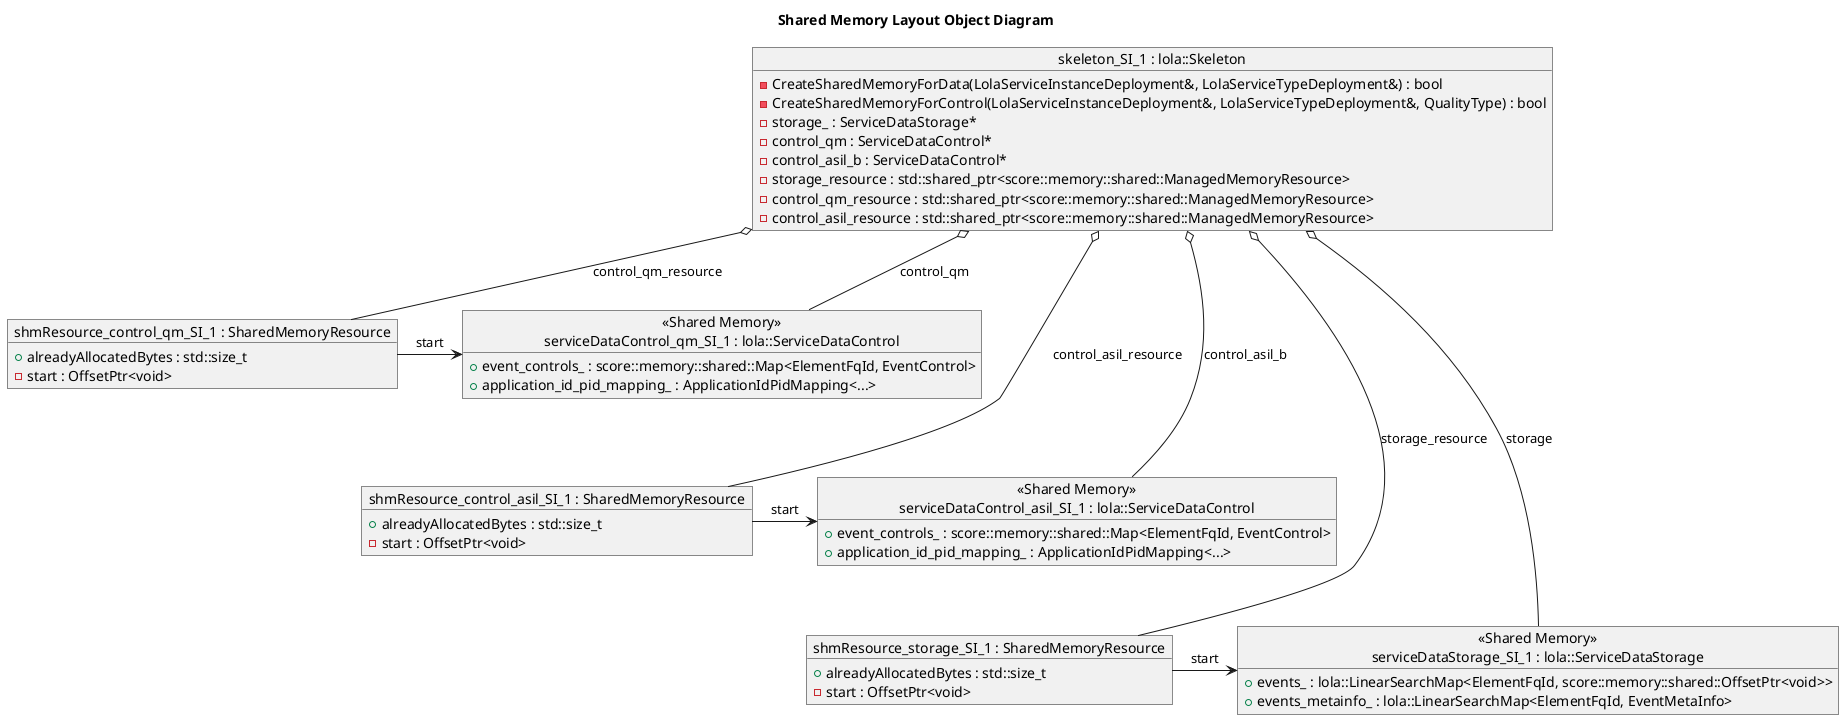
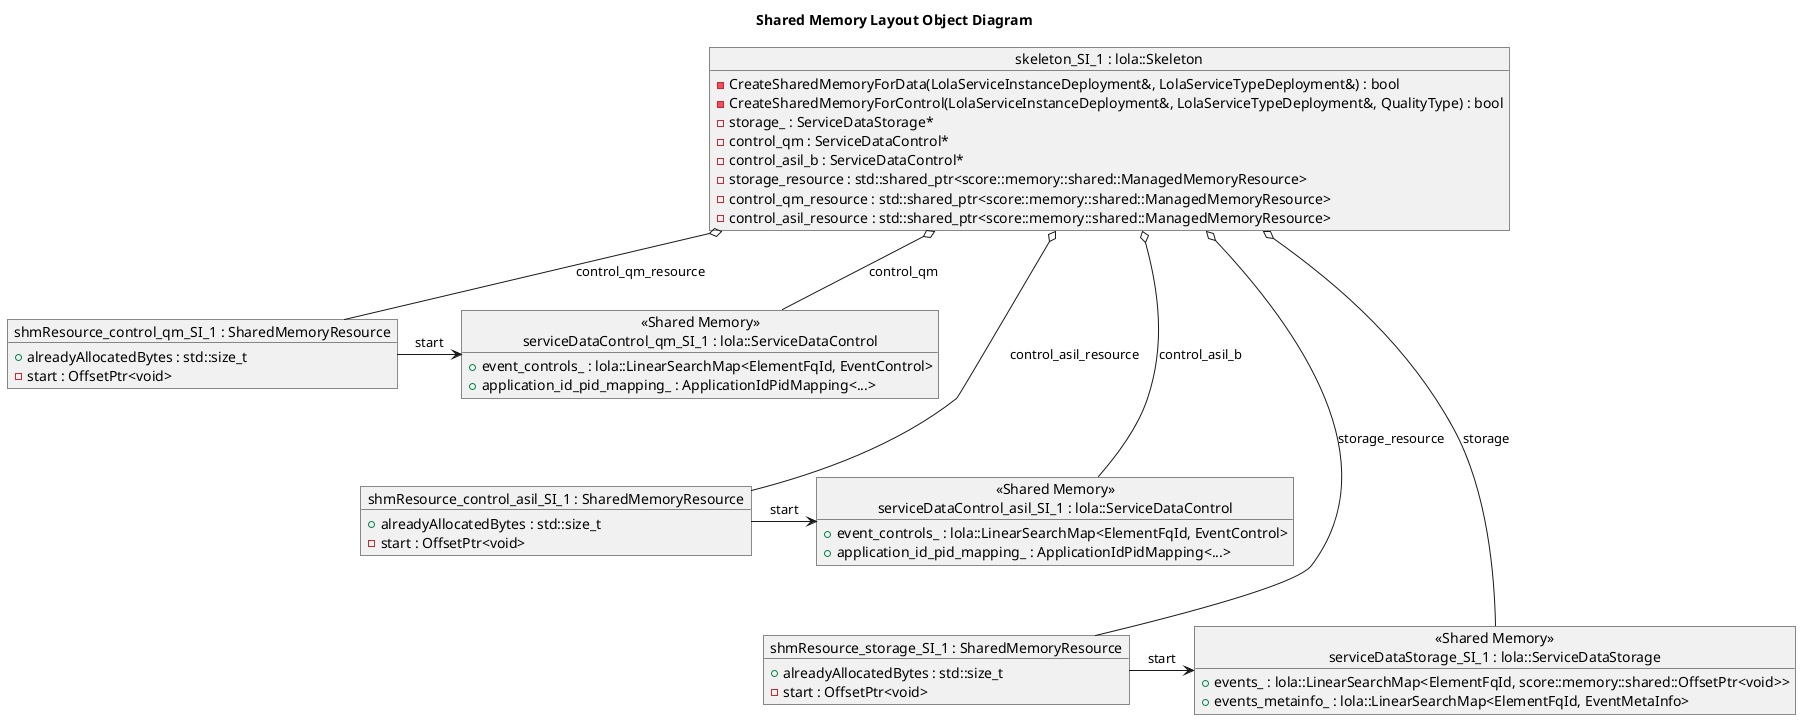
@startuml shared_mem_layout_objectdiagram
title "Shared Memory Layout Object Diagram"

object "skeleton_SI_1 : lola::Skeleton" as skeleton {
  -CreateSharedMemoryForData(LolaServiceInstanceDeployment&, LolaServiceTypeDeployment&) : bool
  -CreateSharedMemoryForControl(LolaServiceInstanceDeployment&, LolaServiceTypeDeployment&, QualityType) : bool
  -storage_ : ServiceDataStorage*
  -control_qm : ServiceDataControl*
  -control_asil_b : ServiceDataControl*
  -storage_resource : std::shared_ptr<score::memory::shared::ManagedMemoryResource>
  -control_qm_resource : std::shared_ptr<score::memory::shared::ManagedMemoryResource>
  -control_asil_resource : std::shared_ptr<score::memory::shared::ManagedMemoryResource>
}

object "shmResource_storage_SI_1 : SharedMemoryResource" as storage_resource {
  +alreadyAllocatedBytes : std::size_t
  -start : OffsetPtr<void>
}

object "shmResource_control_qm_SI_1 : SharedMemoryResource" as control_qm_resource {
  +alreadyAllocatedBytes : std::size_t
  -start : OffsetPtr<void>
}

object "shmResource_control_asil_SI_1 : SharedMemoryResource" as control_asil_resource {
  +alreadyAllocatedBytes : std::size_t
  -start : OffsetPtr<void>
}

object "<< Shared Memory >>\nserviceDataStorage_SI_1 : lola::ServiceDataStorage" as storage {
  +events_ : lola::LinearSearchMap<ElementFqId, score::memory::shared::OffsetPtr<void>>
  +events_metainfo_ : lola::LinearSearchMap<ElementFqId, EventMetaInfo>
}

object "<< Shared Memory >>\nserviceDataControl_qm_SI_1 : lola::ServiceDataControl" as control_qm {
-   +event_controls_ : score::memory::shared::Map<ElementFqId, EventControl>
+   +event_controls_ : lola::LinearSearchMap<ElementFqId, EventControl>
  +application_id_pid_mapping_ : ApplicationIdPidMapping<...>
}

object "<< Shared Memory >>\nserviceDataControl_asil_SI_1 : lola::ServiceDataControl" as control_asil {
-   +event_controls_ : score::memory::shared::Map<ElementFqId, EventControl>
+   +event_controls_ : lola::LinearSearchMap<ElementFqId, EventControl>
  +application_id_pid_mapping_ : ApplicationIdPidMapping<...>
}

skeleton o-- storage_resource : storage_resource
skeleton o-- control_qm_resource : control_qm_resource
skeleton o-- control_asil_resource : control_asil_resource

skeleton o-- storage : storage
skeleton o-- control_qm : control_qm
skeleton o-- control_asil : control_asil_b

control_qm_resource -right-> control_qm : start
control_asil_resource -right-> control_asil : start
storage_resource -right-> storage : start

control_qm_resource -[hidden]-> control_asil_resource
control_asil_resource -[hidden]-> storage_resource

@enduml
